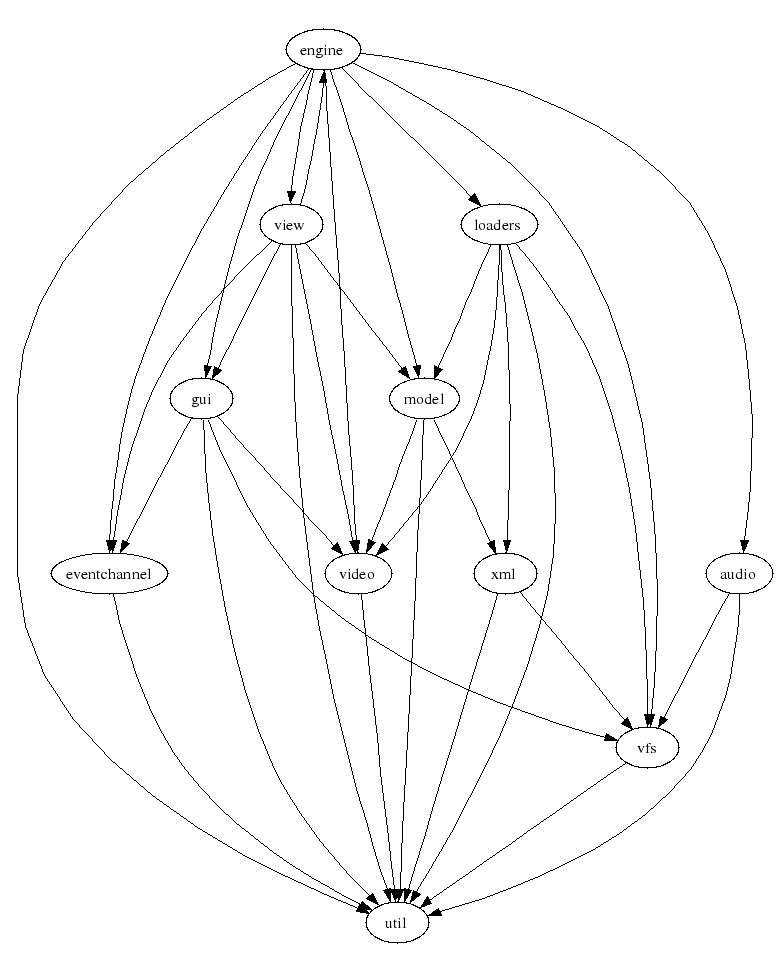
This is doc/dependencies/moduledeps.png from fifengine/fifengine, a Graphviz export, as it was before one commit. Its source is kept beside it as doc/dependencies/moduledeps.dot.
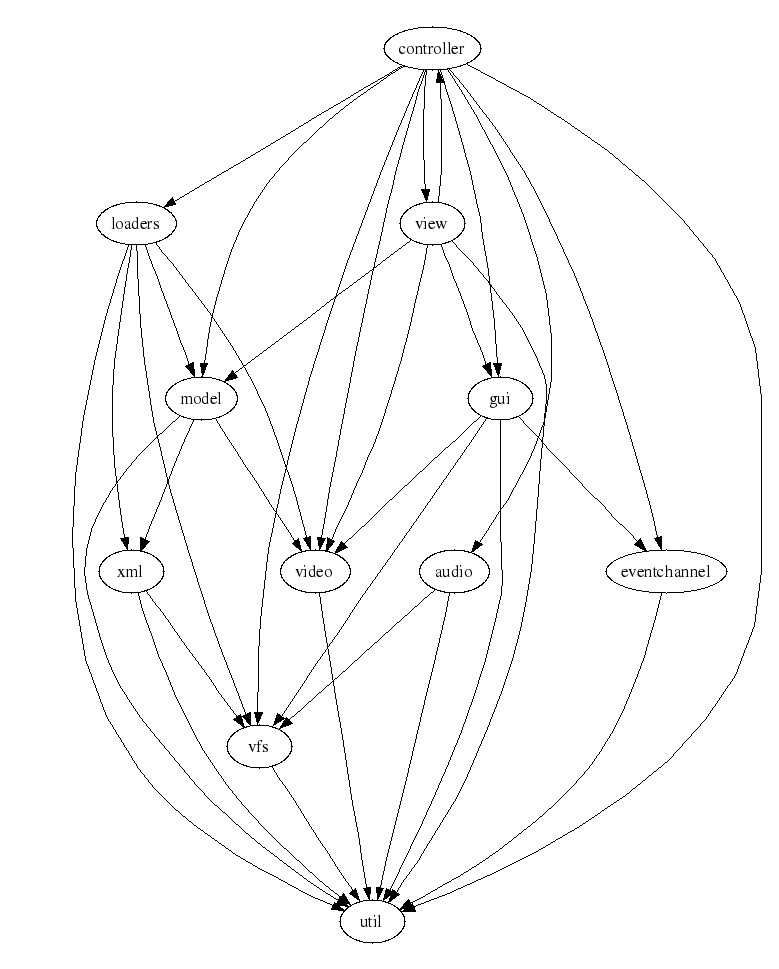
Above is the later version.

Commit message:
Updated dep scanner to match refined structure. Also diagrams updated.

Change to the diagram source:
```diff
@@ -5,20 +5,11 @@
     fontsize="16";
     fontname="Helvetica";
     clusterrank="local";
-    "engine" -> "gui"
-    "engine" -> "eventchannel"
-    "engine" -> "loaders"
-    "engine" -> "util"
-    "engine" -> "video"
-    "engine" -> "model"
-    "engine" -> "audio"
-    "engine" -> "vfs"
-    "engine" -> "view"
     "xml" -> "util"
     "xml" -> "vfs"
     "gui" -> "util"
+    "gui" -> "video"
     "gui" -> "vfs"
-    "gui" -> "video"
     "gui" -> "eventchannel"
     "eventchannel" -> "util"
     "loaders" -> "xml"
@@ -26,6 +17,15 @@
     "loaders" -> "video"
     "loaders" -> "model"
     "loaders" -> "vfs"
+    "controller" -> "gui"
+    "controller" -> "eventchannel"
+    "controller" -> "loaders"
+    "controller" -> "util"
+    "controller" -> "video"
+    "controller" -> "model"
+    "controller" -> "audio"
+    "controller" -> "vfs"
+    "controller" -> "view"
     "video" -> "util"
     "model" -> "util"
     "model" -> "xml"
@@ -33,10 +33,9 @@
     "audio" -> "util"
     "audio" -> "vfs"
     "vfs" -> "util"
-    "view" -> "engine"
     "view" -> "gui"
-    "view" -> "eventchannel"
     "view" -> "util"
+    "view" -> "controller"
     "view" -> "video"
     "view" -> "model"
 }
```
